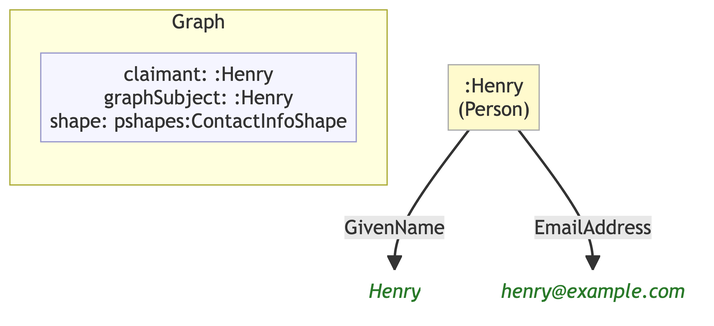
MeeFoundation/mia-ontologies keeps this Mermaid diagram as example/graphs/images/graph-100.png. Above is the earlier version. Its source is kept beside it as example/graphs/images/graph-100.mmd.
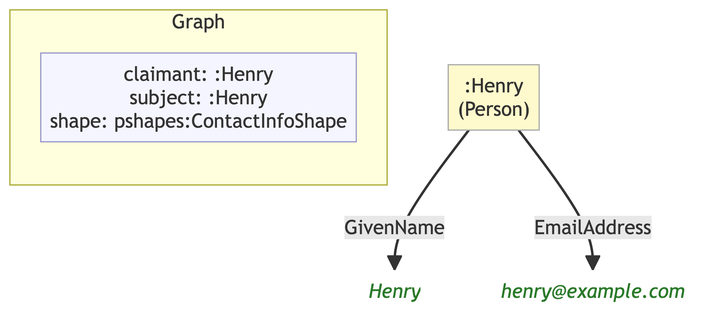
The same file after the commit.

Change to the diagram source:
```diff
@@ -7,12 +7,12 @@
 
     subgraph ctx["Graph"]
         direction LR
-        ctx_meta["claimant: :Henry\ngraphSubject: :Henry\nshape: pshapes:ContactInfoShape"]:::meta
+        ctx_meta["claimant: :Henry\nsubject: :Henry\nshape: pshapes:ContactInfoShape"]:::meta
     end
 
     n0ea289853318[":Henry\n(Person)"]:::person
-    n0bf6b690cb52("Henry"):::lit
-    n0ea85b1440f1("henry@example.com"):::lit
+    nf1f44cc6b6a0("Henry"):::lit
+    n8dce1260e0d0("henry@example.com"):::lit
 
-    n0ea289853318 -->|"GivenName"| n0bf6b690cb52
-    n0ea289853318 -->|"EmailAddress"| n0ea85b1440f1
+    n0ea289853318 -->|"GivenName"| nf1f44cc6b6a0
+    n0ea289853318 -->|"EmailAddress"| n8dce1260e0d0
```
